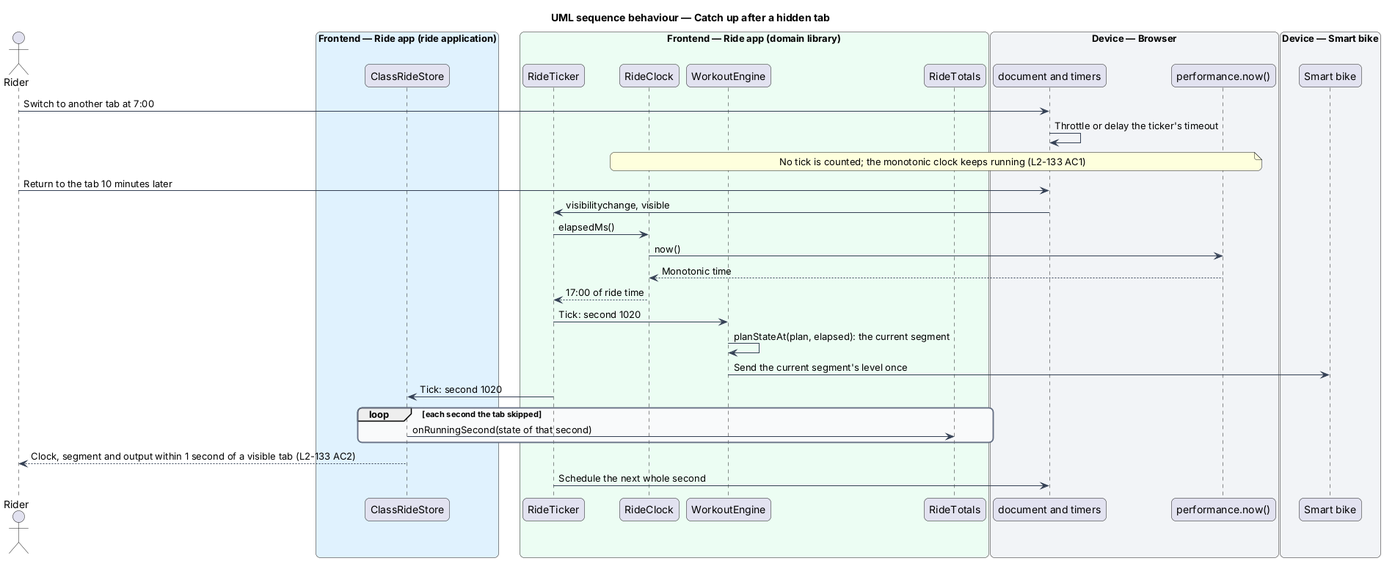
This is docs/detailed-designs/performance/keep-the-ride-clock-true/diagrams/sequence-catch-up-after-a-hidden-tab.png from QuinntyneBrown/ride-one, a PlantUML export, as it was before one commit.
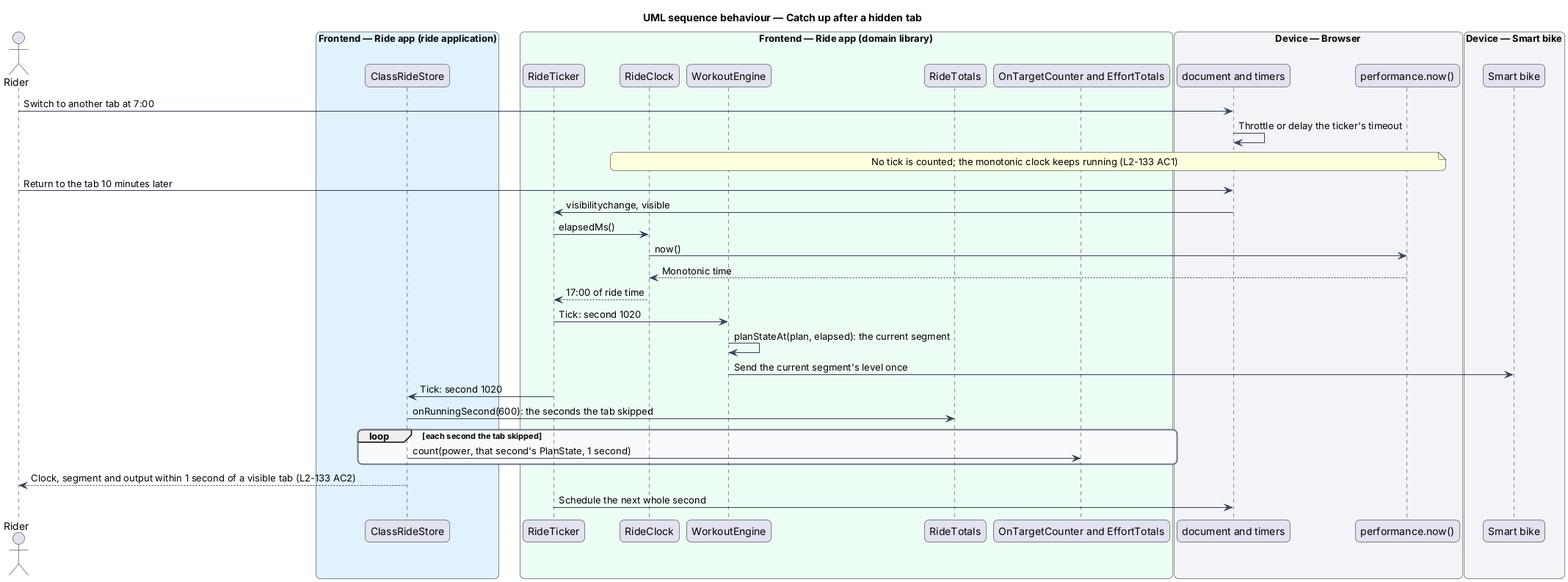
Above is the later version.

Change to the diagram source:
```diff
@@ -23,6 +23,7 @@
   participant "RideClock" as clock
   participant "WorkoutEngine" as engine
   participant "RideTotals" as totals
+  participant "OnTargetCounter and EffortTotals" as counters
 end box
 box "Device — Browser" #F2F4F7
   participant "document and timers" as doc
@@ -44,8 +45,9 @@
 engine -> engine : planStateAt(plan, elapsed): the current segment
 engine -> bike : Send the current segment's level once
 ticker -> store : Tick: second 1020
+store -> totals : onRunningSecond(600): the seconds the tab skipped
 loop each second the tab skipped
-  store -> totals : onRunningSecond(state of that second)
+  store -> counters : count(power, that second's PlanState, 1 second)
 end
 store --> rider : Clock, segment and output within 1 second of a visible tab (L2-133 AC2)
 ticker -> doc : Schedule the next whole second
```
